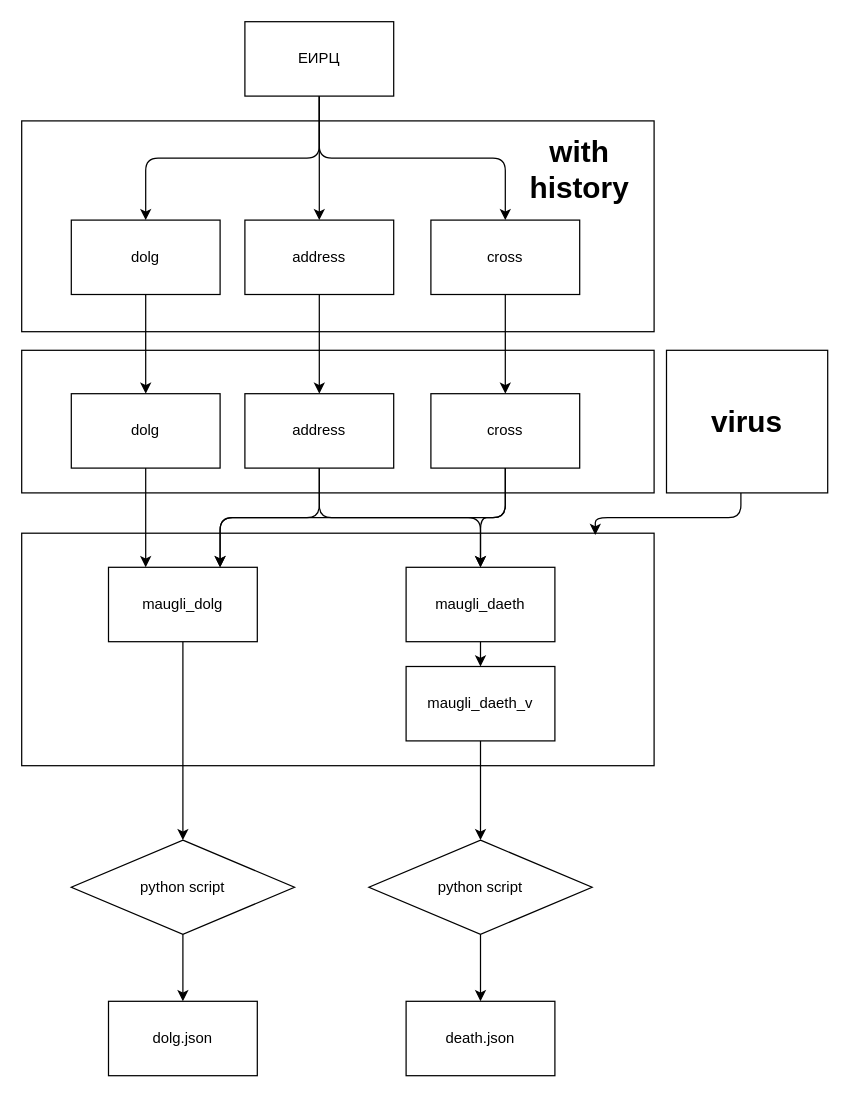
This is Untitled Diagram.drawio from Diordits/mlcourse.ai, a draw.io file, before an edit. Source tidied: cells renumbered, new cells numbered last; positions are measured from the earlier drawing's top-left corner, leaving out a move shared by most shapes. Both pictures are drawn from the tidied source at 124%, with x=0, y=0 at pixel (21, 21).
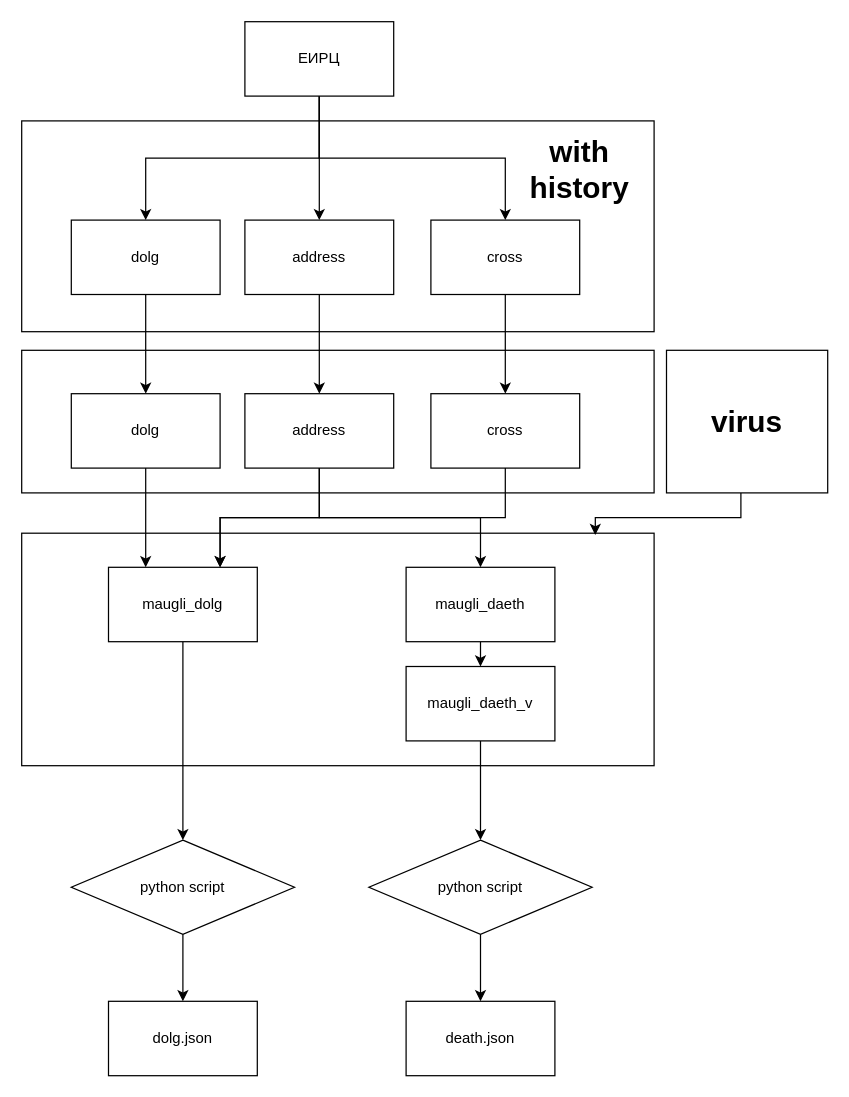
The same page after the edit.

The change refers to these unchanged cells:
```xml
<mxCell id="2" value="&lt;h1 style=&quot;font-size: 14px&quot;&gt;&lt;br&gt;&lt;/h1&gt;" style="whiteSpace=wrap;html=1;align=right;" parent="1" vertex="1">
  <mxGeometry y="412.5" width="510" height="187.5" as="geometry" />
</mxCell>
<mxCell id="8" value="ЕИРЦ" style="whiteSpace=wrap;html=1;" parent="1" vertex="1">
  <mxGeometry x="180" width="120" height="60" as="geometry" />
</mxCell>
<mxCell id="10" value="dolg" style="whiteSpace=wrap;html=1;" parent="1" vertex="1">
  <mxGeometry x="40" y="160" width="120" height="60" as="geometry" />
</mxCell>
<mxCell id="14" value="cross" style="whiteSpace=wrap;html=1;" parent="1" vertex="1">
  <mxGeometry x="330" y="160" width="120" height="60" as="geometry" />
</mxCell>
<mxCell id="18" value="address" style="whiteSpace=wrap;html=1;" parent="1" vertex="1">
  <mxGeometry x="180" y="300" width="120" height="60" as="geometry" />
</mxCell>
<mxCell id="20" value="cross" style="whiteSpace=wrap;html=1;" parent="1" vertex="1">
  <mxGeometry x="330" y="300" width="120" height="60" as="geometry" />
</mxCell>
<mxCell id="23" value="maugli_dolg" style="whiteSpace=wrap;html=1;" parent="1" vertex="1">
  <mxGeometry x="70" y="440" width="120" height="60" as="geometry" />
</mxCell>
<mxCell id="25" value="maugli_daeth" style="whiteSpace=wrap;html=1;" parent="1" vertex="1">
  <mxGeometry x="310" y="440" width="120" height="60" as="geometry" />
</mxCell>
<mxCell id="29" value="&lt;h1&gt;virus&lt;/h1&gt;" style="whiteSpace=wrap;html=1;" parent="1" vertex="1">
  <mxGeometry x="520" y="265" width="130" height="115" as="geometry" />
</mxCell>
```

Diff of the diagram source:
```diff
@@
-    <mxCell id="5" style="edgeStyle=orthogonalEdgeStyle;jettySize=auto;html=1;entryX=0.5;entryY=0;entryDx=0;entryDy=0;" parent="1" edge="1" source="8" target="10">
+    <mxCell id="5" style="edgeStyle=orthogonalEdgeStyle;jettySize=auto;html=1;entryX=0.5;entryY=0;entryDx=0;entryDy=0;rounded=0;" parent="1" edge="1" source="8" target="10">
       <mxGeometry relative="1" as="geometry">
         <Array as="points">
           <mxPoint x="240" y="110" />
           <mxPoint x="100" y="110" />
         </Array>
       </mxGeometry>
     </mxCell>
@@
-    <mxCell id="7" style="edgeStyle=orthogonalEdgeStyle;jettySize=auto;html=1;" parent="1" edge="1" source="8" target="14">
+    <mxCell id="7" style="edgeStyle=orthogonalEdgeStyle;jettySize=auto;html=1;rounded=0;" parent="1" edge="1" source="8" target="14">
       <mxGeometry relative="1" as="geometry">
         <Array as="points">
           <mxPoint x="240" y="110" />
           <mxPoint x="390" y="110" />
         </Array>
       </mxGeometry>
     </mxCell>
@@
-    <mxCell id="17" style="edgeStyle=orthogonalEdgeStyle;jettySize=auto;html=1;entryX=0.75;entryY=0;entryDx=0;entryDy=0;" parent="1" edge="1" source="18" target="23">
+    <mxCell id="17" style="edgeStyle=orthogonalEdgeStyle;jettySize=auto;html=1;entryX=0.75;entryY=0;entryDx=0;entryDy=0;rounded=0;" parent="1" edge="1" source="18" target="23">
       <mxGeometry relative="1" as="geometry">
         <Array as="points">
           <mxPoint x="240" y="400" />
           <mxPoint x="160" y="400" />
         </Array>
       </mxGeometry>
     </mxCell>
@@
-    <mxCell id="19" style="edgeStyle=orthogonalEdgeStyle;jettySize=auto;html=1;entryX=0.5;entryY=0;entryDx=0;entryDy=0;" parent="1" edge="1" source="20" target="25">
+    <mxCell id="19" style="edgeStyle=orthogonalEdgeStyle;jettySize=auto;html=1;entryX=0.5;entryY=0;entryDx=0;entryDy=0;strokeColor=none;rounded=0;" parent="1" edge="1" source="20" target="25">
       <mxGeometry relative="1" as="geometry">
         <Array as="points">
           <mxPoint x="390" y="400" />
           <mxPoint x="370" y="400" />
         </Array>
       </mxGeometry>
     </mxCell>
@@
-    <mxCell id="28" style="edgeStyle=orthogonalEdgeStyle;jettySize=auto;html=1;entryX=0.907;entryY=0.008;entryDx=0;entryDy=0;entryPerimeter=0;" parent="1" edge="1" source="29" target="2">
+    <mxCell id="28" style="edgeStyle=orthogonalEdgeStyle;jettySize=auto;html=1;entryX=0.907;entryY=0.008;entryDx=0;entryDy=0;entryPerimeter=0;rounded=0;" parent="1" edge="1" source="29" target="2">
       <mxGeometry relative="1" as="geometry">
         <Array as="points">
           <mxPoint x="580" y="400" />
           <mxPoint x="463" y="400" />
         </Array>
       </mxGeometry>
     </mxCell>
@@
-    <mxCell id="36" style="group;" parent="1" vertex="1">
-      <mxGeometry x="160" y="400" width="230" as="geometry" />
-    </mxCell>
-    <mxCell id="37" style="edgeStyle=orthogonalEdgeStyle;jettySize=auto;html=1;" parent="36" edge="1" source="18" target="25">
-      <mxGeometry relative="1" as="geometry">
+    <mxCell id="37" style="edgeStyle=orthogonalEdgeStyle;jettySize=auto;html=1;rounded=0;" parent="1" edge="1" source="18" target="25">
+      <mxGeometry x="390" y="480" as="geometry">
         <Array as="points">
-          <mxPoint x="80" />
-          <mxPoint x="210" />
+          <mxPoint x="240" y="400" />
+          <mxPoint x="370" y="400" />
         </Array>
       </mxGeometry>
     </mxCell>
-    <mxCell id="38" style="edgeStyle=orthogonalEdgeStyle;jettySize=auto;html=1;entryX=0.75;entryY=0;entryDx=0;entryDy=0;" parent="36" edge="1" source="20" target="23">
-      <mxGeometry relative="1" as="geometry">
+    <mxCell id="38" style="edgeStyle=orthogonalEdgeStyle;jettySize=auto;html=1;entryX=0.75;entryY=0;entryDx=0;entryDy=0;rounded=0;" parent="1" edge="1" source="20" target="23">
+      <mxGeometry x="390" y="480" as="geometry">
         <Array as="points">
-          <mxPoint x="230" />
-          <mxPoint />
+          <mxPoint x="390" y="400" />
+          <mxPoint x="160" y="400" />
         </Array>
       </mxGeometry>
     </mxCell>
```
